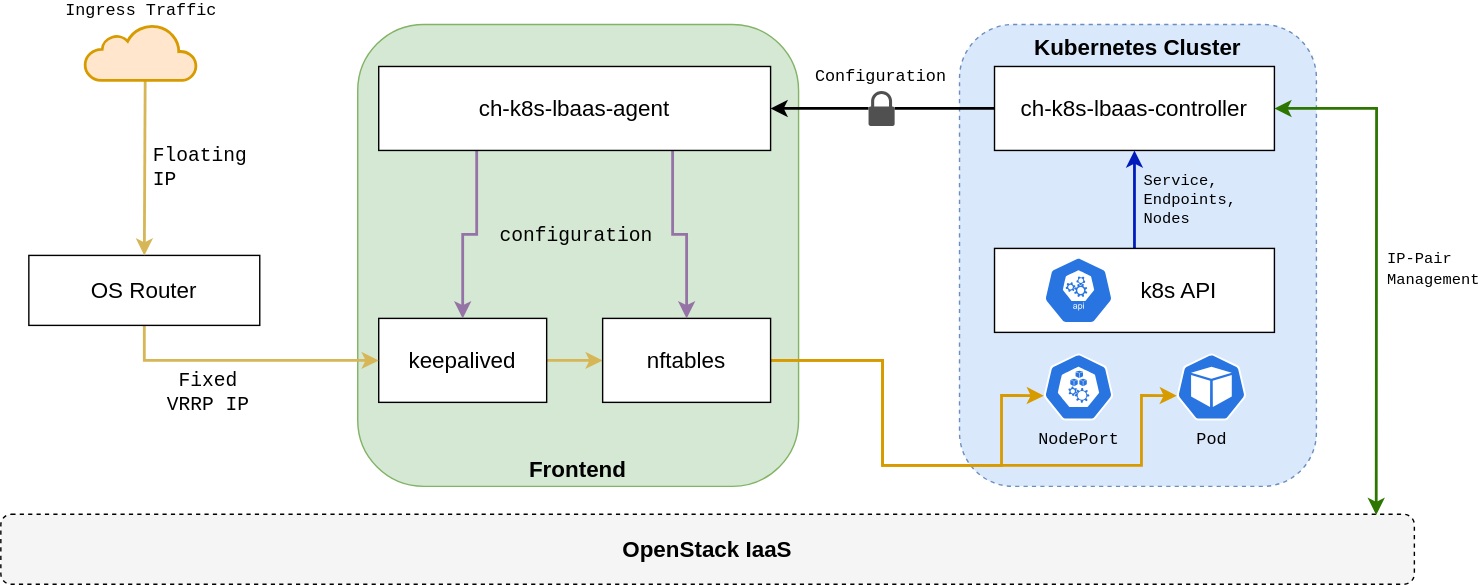
The draw.io diagram docs/img/ch-k8s-lbaas-overview.svg in alasca-association/tarook, before a commit. Source tidied: cells renumbered, new cells last; positions are measured from the earlier drawing's top-left corner, leaving out a move shared by most shapes.
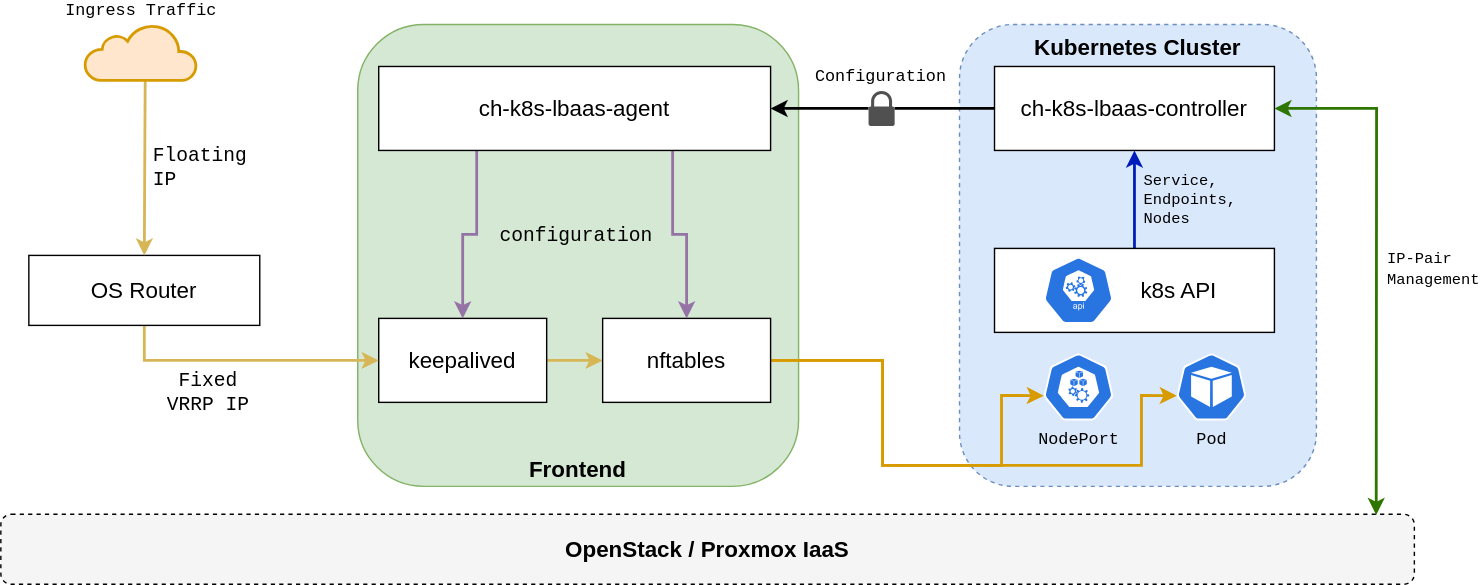
The same file after the commit.

Change to the diagram source:
```diff
@@ -2,7 +2,7 @@
   <root>
     <mxCell id="0" />
     <mxCell id="1" parent="0" />
-    <mxCell id="2" value="&lt;font style=&quot;font-size: 16px&quot;&gt;OpenStack IaaS&lt;/font&gt;" style="rounded=1;whiteSpace=wrap;html=1;dashed=1;fillColor=#F5F5F5;gradientColor=none;labelPosition=center;verticalLabelPosition=middle;align=center;verticalAlign=middle;fontStyle=1;" parent="1" vertex="1">
+    <mxCell id="2" value="&lt;font style=&quot;font-size: 16px&quot;&gt;OpenStack / Proxmox IaaS&lt;/font&gt;" style="rounded=1;whiteSpace=wrap;html=1;dashed=1;fillColor=#F5F5F5;gradientColor=none;labelPosition=center;verticalLabelPosition=middle;align=center;verticalAlign=middle;fontStyle=1;" parent="1" vertex="1">
       <mxGeometry y="350" width="1010" height="50" as="geometry" />
     </mxCell>
     <mxCell id="3" value="&lt;font style=&quot;font-size: 16px&quot;&gt;Kubernetes Cluster&lt;/font&gt;" style="rounded=1;whiteSpace=wrap;html=1;dashed=1;fillColor=#dae8fc;strokeColor=#6c8ebf;labelPosition=center;verticalLabelPosition=middle;align=center;verticalAlign=top;fontStyle=1;" parent="1" vertex="1">
```
